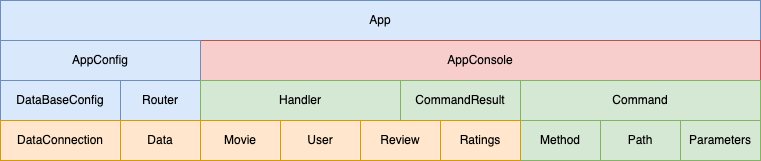
Before: docs/images/LayerBlock.png, a diagram exported from draw.io (laruibasar/leic-lic-2021si). Source tidied: cells renumbered, new cells last; positions are measured from the earlier drawing's top-left corner, leaving out a move shared by most shapes.
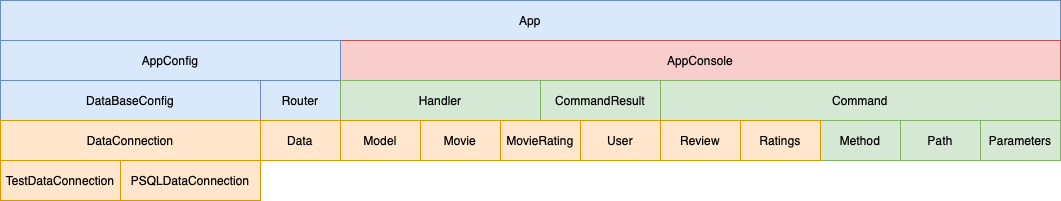
After the change.

Diff of the diagram source:
```diff
@@ -3,55 +3,67 @@
     <mxCell id="0" />
     <mxCell id="1" parent="0" />
     <mxCell id="2" value="App" style="rounded=0;whiteSpace=wrap;html=1;fillColor=#dae8fc;strokeColor=#6c8ebf;" parent="1" vertex="1">
-      <mxGeometry width="760" height="40" as="geometry" />
+      <mxGeometry width="1060" height="40" as="geometry" />
     </mxCell>
     <mxCell id="3" value="&lt;div&gt;AppConsole&lt;/div&gt;" style="rounded=0;whiteSpace=wrap;html=1;fillColor=#f8cecc;strokeColor=#b85450;" parent="1" vertex="1">
-      <mxGeometry x="200" y="40" width="560" height="40" as="geometry" />
+      <mxGeometry x="340" y="40" width="720" height="40" as="geometry" />
     </mxCell>
     <mxCell id="4" value="&lt;div&gt;AppConfig&lt;/div&gt;" style="rounded=0;whiteSpace=wrap;html=1;fillColor=#dae8fc;strokeColor=#6c8ebf;" parent="1" vertex="1">
-      <mxGeometry y="40" width="200" height="40" as="geometry" />
+      <mxGeometry y="40" width="340" height="40" as="geometry" />
     </mxCell>
     <mxCell id="5" value="Command" style="rounded=0;whiteSpace=wrap;html=1;fillColor=#d5e8d4;strokeColor=#82b366;" parent="1" vertex="1">
-      <mxGeometry x="520" y="80" width="240" height="40" as="geometry" />
+      <mxGeometry x="660" y="80" width="400" height="40" as="geometry" />
     </mxCell>
     <mxCell id="6" value="Path" style="rounded=0;whiteSpace=wrap;html=1;fillColor=#d5e8d4;strokeColor=#82b366;" parent="1" vertex="1">
-      <mxGeometry x="600" y="120" width="80" height="40" as="geometry" />
+      <mxGeometry x="900" y="120" width="80" height="40" as="geometry" />
     </mxCell>
     <mxCell id="7" value="Method" style="rounded=0;whiteSpace=wrap;html=1;fillColor=#d5e8d4;strokeColor=#82b366;" parent="1" vertex="1">
-      <mxGeometry x="520" y="120" width="80" height="40" as="geometry" />
+      <mxGeometry x="820" y="120" width="80" height="40" as="geometry" />
     </mxCell>
     <mxCell id="8" value="Parameters" style="rounded=0;whiteSpace=wrap;html=1;fillColor=#d5e8d4;strokeColor=#82b366;" parent="1" vertex="1">
-      <mxGeometry x="680" y="120" width="80" height="40" as="geometry" />
+      <mxGeometry x="980" y="120" width="80" height="40" as="geometry" />
     </mxCell>
     <mxCell id="9" value="Router" style="rounded=0;whiteSpace=wrap;html=1;fillColor=#dae8fc;strokeColor=#6c8ebf;" parent="1" vertex="1">
-      <mxGeometry x="120" y="80" width="80" height="40" as="geometry" />
+      <mxGeometry x="260" y="80" width="80" height="40" as="geometry" />
     </mxCell>
     <mxCell id="10" value="&lt;div&gt;DataBaseConfig&lt;/div&gt;" style="rounded=0;whiteSpace=wrap;html=1;fillColor=#dae8fc;strokeColor=#6c8ebf;" parent="1" vertex="1">
-      <mxGeometry y="80" width="120" height="40" as="geometry" />
+      <mxGeometry y="80" width="260" height="40" as="geometry" />
     </mxCell>
     <mxCell id="11" value="Handler" style="rounded=0;whiteSpace=wrap;html=1;fillColor=#d5e8d4;strokeColor=#82b366;" parent="1" vertex="1">
-      <mxGeometry x="200" y="80" width="200" height="40" as="geometry" />
+      <mxGeometry x="340" y="80" width="200" height="40" as="geometry" />
     </mxCell>
     <mxCell id="12" value="&lt;div&gt;Data&lt;/div&gt;" style="rounded=0;whiteSpace=wrap;html=1;fillColor=#ffe6cc;strokeColor=#d79b00;" parent="1" vertex="1">
-      <mxGeometry x="120" y="120" width="80" height="40" as="geometry" />
+      <mxGeometry x="260" y="120" width="80" height="40" as="geometry" />
     </mxCell>
     <mxCell id="13" value="DataConnection" style="rounded=0;whiteSpace=wrap;html=1;fillColor=#ffe6cc;strokeColor=#d79b00;" parent="1" vertex="1">
-      <mxGeometry y="120" width="120" height="40" as="geometry" />
+      <mxGeometry y="120" width="260" height="40" as="geometry" />
     </mxCell>
     <mxCell id="14" value="CommandResult" style="rounded=0;whiteSpace=wrap;html=1;fillColor=#d5e8d4;strokeColor=#82b366;" parent="1" vertex="1">
-      <mxGeometry x="400" y="80" width="120" height="40" as="geometry" />
+      <mxGeometry x="540" y="80" width="120" height="40" as="geometry" />
     </mxCell>
     <mxCell id="15" value="Movie" style="rounded=0;whiteSpace=wrap;html=1;fillColor=#ffe6cc;strokeColor=#d79b00;" parent="1" vertex="1">
-      <mxGeometry x="200" y="120" width="80" height="40" as="geometry" />
+      <mxGeometry x="420" y="120" width="80" height="40" as="geometry" />
     </mxCell>
     <mxCell id="16" value="User" style="rounded=0;whiteSpace=wrap;html=1;fillColor=#ffe6cc;strokeColor=#d79b00;" parent="1" vertex="1">
-      <mxGeometry x="280" y="120" width="80" height="40" as="geometry" />
+      <mxGeometry x="580" y="120" width="80" height="40" as="geometry" />
     </mxCell>
     <mxCell id="17" value="Review" style="rounded=0;whiteSpace=wrap;html=1;fillColor=#ffe6cc;strokeColor=#d79b00;" parent="1" vertex="1">
-      <mxGeometry x="360" y="120" width="80" height="40" as="geometry" />
+      <mxGeometry x="660" y="120" width="80" height="40" as="geometry" />
     </mxCell>
     <mxCell id="18" value="Ratings" style="rounded=0;whiteSpace=wrap;html=1;fillColor=#ffe6cc;strokeColor=#d79b00;" parent="1" vertex="1">
-      <mxGeometry x="440" y="120" width="80" height="40" as="geometry" />
+      <mxGeometry x="740" y="120" width="80" height="40" as="geometry" />
     </mxCell>
+    <mxCell id="19" value="PSQLDataConnection" style="rounded=0;whiteSpace=wrap;html=1;fillColor=#ffe6cc;strokeColor=#d79b00;" parent="1" vertex="1">
+      <mxGeometry x="120" y="160" width="140" height="40" as="geometry" />
+    </mxCell>
+    <mxCell id="20" value="TestDataConnection" style="rounded=0;whiteSpace=wrap;html=1;fillColor=#ffe6cc;strokeColor=#d79b00;" parent="1" vertex="1">
+      <mxGeometry y="160" width="120" height="40" as="geometry" />
+    </mxCell>
+    <mxCell id="21" value="Model" style="rounded=0;whiteSpace=wrap;html=1;fillColor=#ffe6cc;strokeColor=#d79b00;" parent="1" vertex="1">
+      <mxGeometry x="340" y="120" width="80" height="40" as="geometry" />
+    </mxCell>
+    <mxCell id="22" value="MovieRating" style="rounded=0;whiteSpace=wrap;html=1;fillColor=#ffe6cc;strokeColor=#d79b00;" parent="1" vertex="1">
+      <mxGeometry x="500" y="120" width="80" height="40" as="geometry" />
+    </mxCell>
   </root>
 </mxGraphModel>
```
